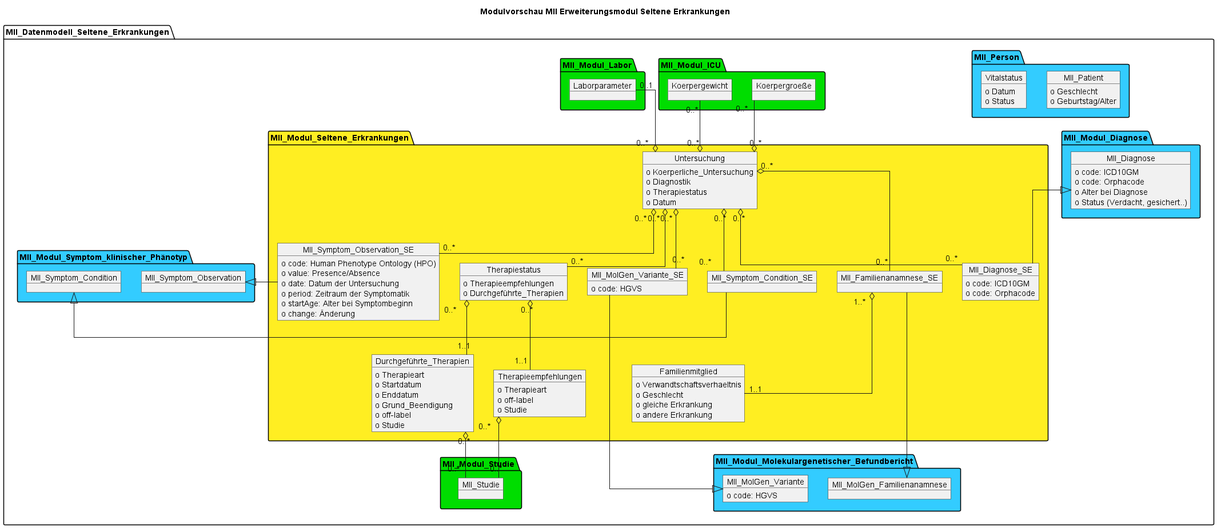
The PlantUML diagram information-model/MII_Datenmodell_Seltene_Erkrankungen_logisch.png in medizininformatik-initiative/kerndatensatzmodul-seltene-erkrankungen, before a commit.
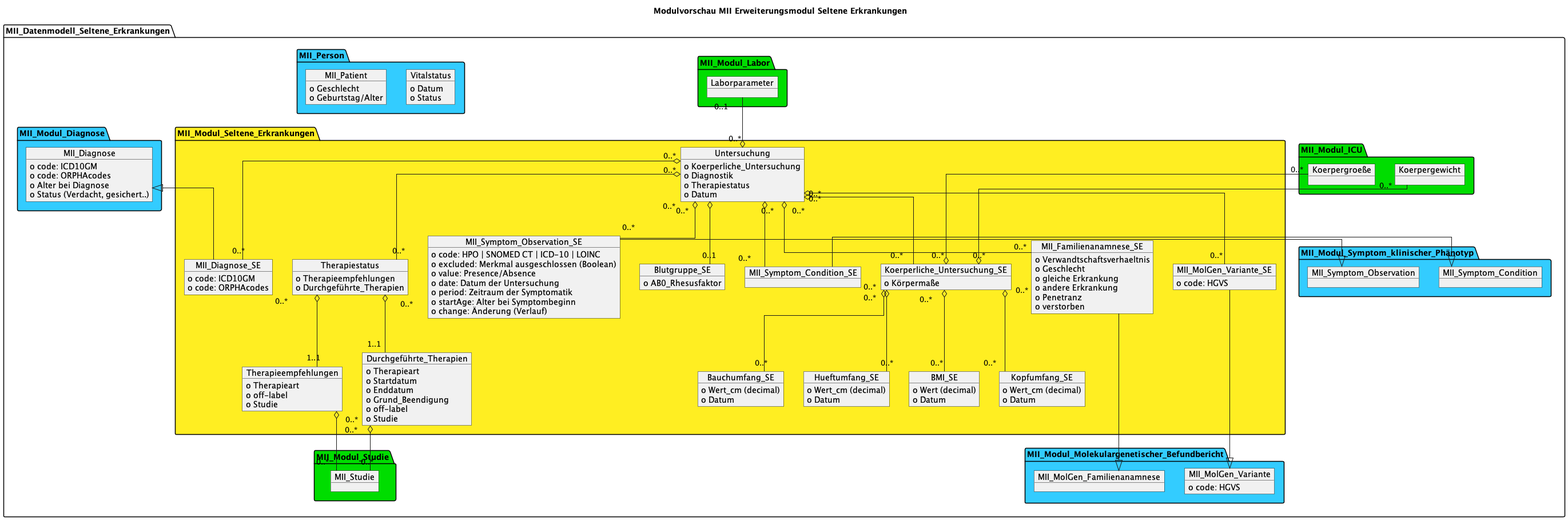
The same file after the commit.

Commit message:
Reorganize logical model with Koerperliche_Untersuchung grouping

The edit, as a diff of the source:
```diff
@@ -19,7 +19,7 @@
   package "MII_Modul_Diagnose" #33CCFF {
     object MII_Diagnose {
       o code: ICD10GM
-      o code: Orphacode
+      o code: ORPHAcodes
       o Alter bei Diagnose
       o Status (Verdacht, gesichert..)
     }
@@ -28,25 +28,27 @@
   package "MII_Modul_Seltene_Erkrankungen" #FFEE22{
     object MII_Diagnose_SE {
       o code: ICD10GM
-      o code: Orphacode
+      o code: ORPHAcodes
     }
     object MII_MolGen_Variante_SE  {
       o code: HGVS
     }
-    object MII_Familienanamnese_SE
-    object Familienmitglied {
+    object MII_Familienanamnese_SE {
       o Verwandtschaftsverhaeltnis
       o Geschlecht
       o gleiche Erkrankung
       o andere Erkrankung
+      o Penetranz
+      o verstorben
     }
     object MII_Symptom_Observation_SE  {
-      o code: Human Phenotype Ontology (HPO)
+      o code: HPO | SNOMED CT | ICD-10 | LOINC
+      o excluded: Merkmal ausgeschlossen (Boolean)
       o value: Presence/Absence
       o date: Datum der Untersuchung
       o period: Zeitraum der Symptomatik
       o startAge: Alter bei Symptombeginn
-      o change: Änderung
+      o change: Änderung (Verlauf)
     }
     object MII_Symptom_Condition_SE
 
@@ -72,6 +74,28 @@
       o Grund_Beendigung
       o off-label
       o Studie
+    }
+    object Koerperliche_Untersuchung_SE {
+      o Körpermaße
+    }
+    object BMI_SE {
+      o Wert (decimal)
+      o Datum
+    }
+    object Kopfumfang_SE {
+      o Wert_cm (decimal)
+      o Datum
+    }
+    object Bauchumfang_SE {
+      o Wert_cm (decimal)
+      o Datum
+    }
+    object Hueftumfang_SE {
+      o Wert_cm (decimal)
+      o Datum
+    }
+    object Blutgruppe_SE {
+      o AB0_Rhesusfaktor
     }
   }
   package "MII_Modul_ICU" #00DD00{
@@ -104,14 +128,19 @@
   MII_Symptom_Observation <|-right- MII_Symptom_Observation_SE
   MII_Symptom_Condition <|-up- MII_Symptom_Condition_SE
 
-  MII_Familienanamnese_SE "1..*" o-- "1..1" Familienmitglied
   Untersuchung "0..*" o-up- "0..1" Laborparameter
   Untersuchung "0..*" o-- "0..*" MII_Diagnose_SE
   Untersuchung "0..*" o-- "0..*" MII_MolGen_Variante_SE
   Untersuchung "0..*" o-- "0..*" MII_Symptom_Observation_SE
   Untersuchung "0..*" o-- "0..*" MII_Familienanamnese_SE
-  Untersuchung "0..*" o-up- "0..*" Koerpergewicht
-  Untersuchung "0..*" o-up- "0..*" Koerpergroeße
+  Untersuchung "0..*" o-- "0..*" Koerperliche_Untersuchung_SE
+  Koerperliche_Untersuchung_SE "0..*" o-up- "0..*" Koerpergewicht
+  Koerperliche_Untersuchung_SE "0..*" o-up- "0..*" Koerpergroeße
+  Koerperliche_Untersuchung_SE "0..*" o-- "0..*" BMI_SE
+  Koerperliche_Untersuchung_SE "0..*" o-- "0..*" Kopfumfang_SE
+  Koerperliche_Untersuchung_SE "0..*" o-- "0..*" Bauchumfang_SE
+  Koerperliche_Untersuchung_SE "0..*" o-- "0..*" Hueftumfang_SE
+  Untersuchung "0..*" o-- "0..1" Blutgruppe_SE
   Untersuchung "0..*" o-- "0..*" MII_Symptom_Condition_SE
   Untersuchung "0..*" o-- "0..*" Therapiestatus
   Therapiestatus "0..*" o-down- "1..1" Therapieempfehlungen
@@ -119,7 +148,6 @@
   Therapieempfehlungen "0..*" o-down- "0..*" MII_Studie
   Durchgeführte_Therapien "0..*" o-down- "0..*" MII_Studie
 
-
 }
 
 
```
